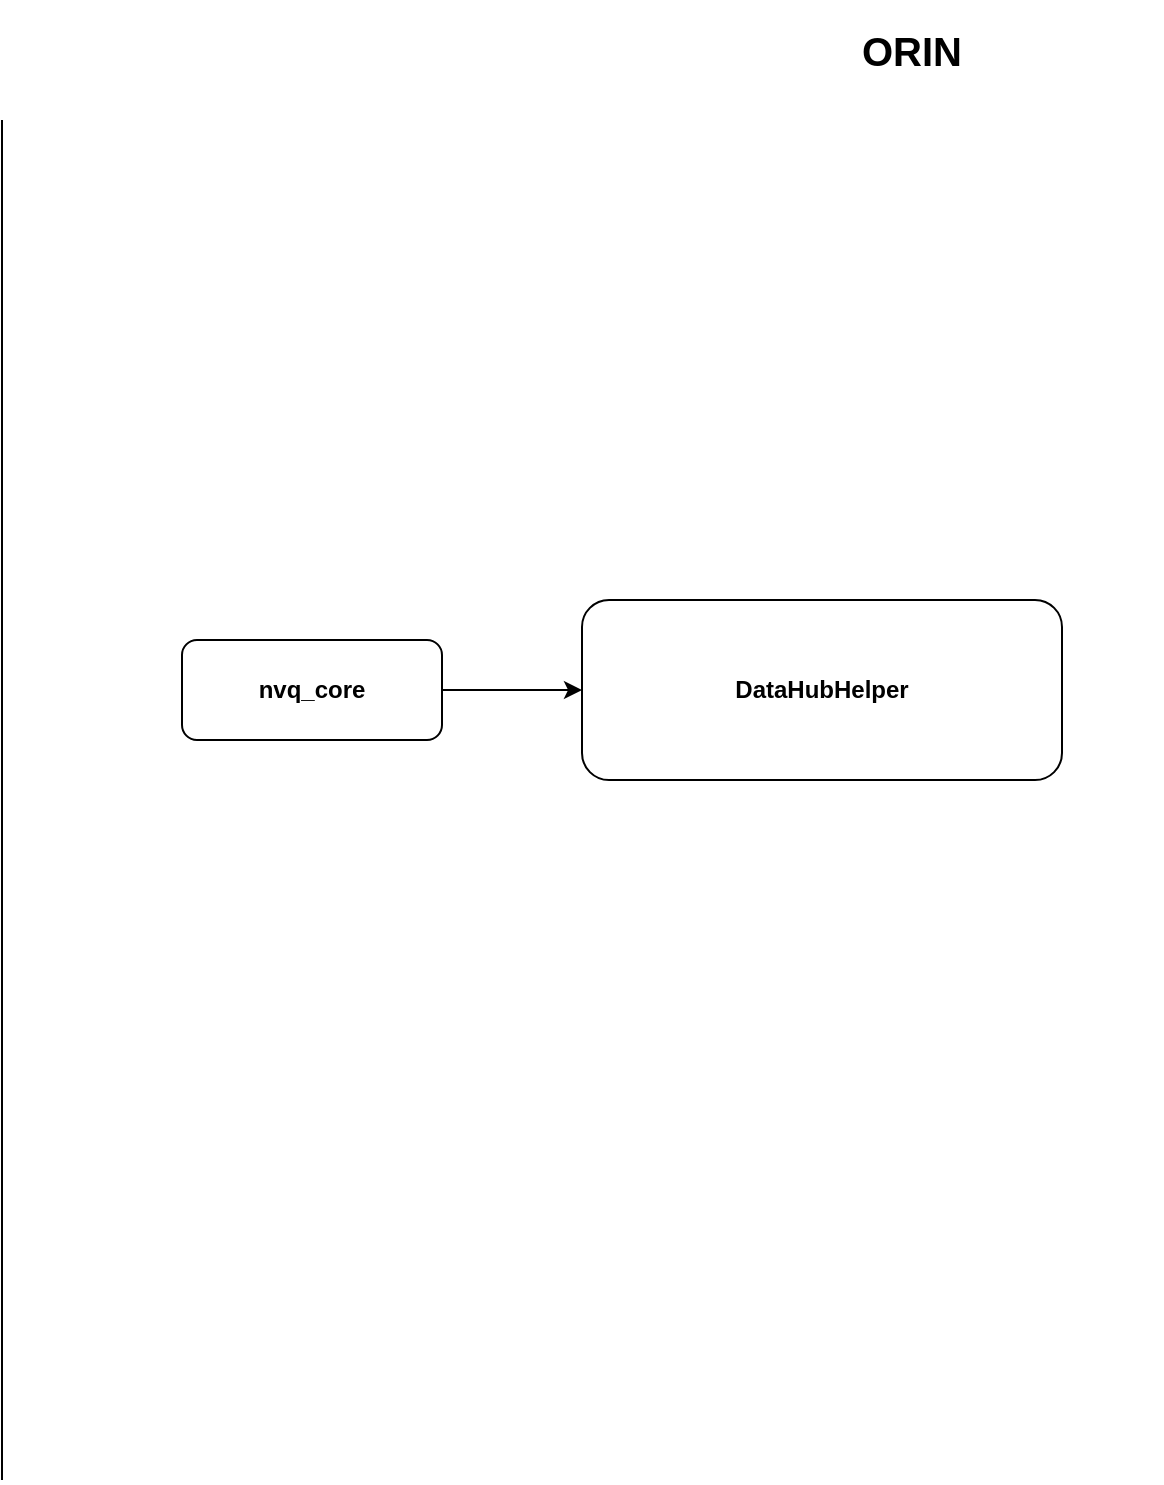
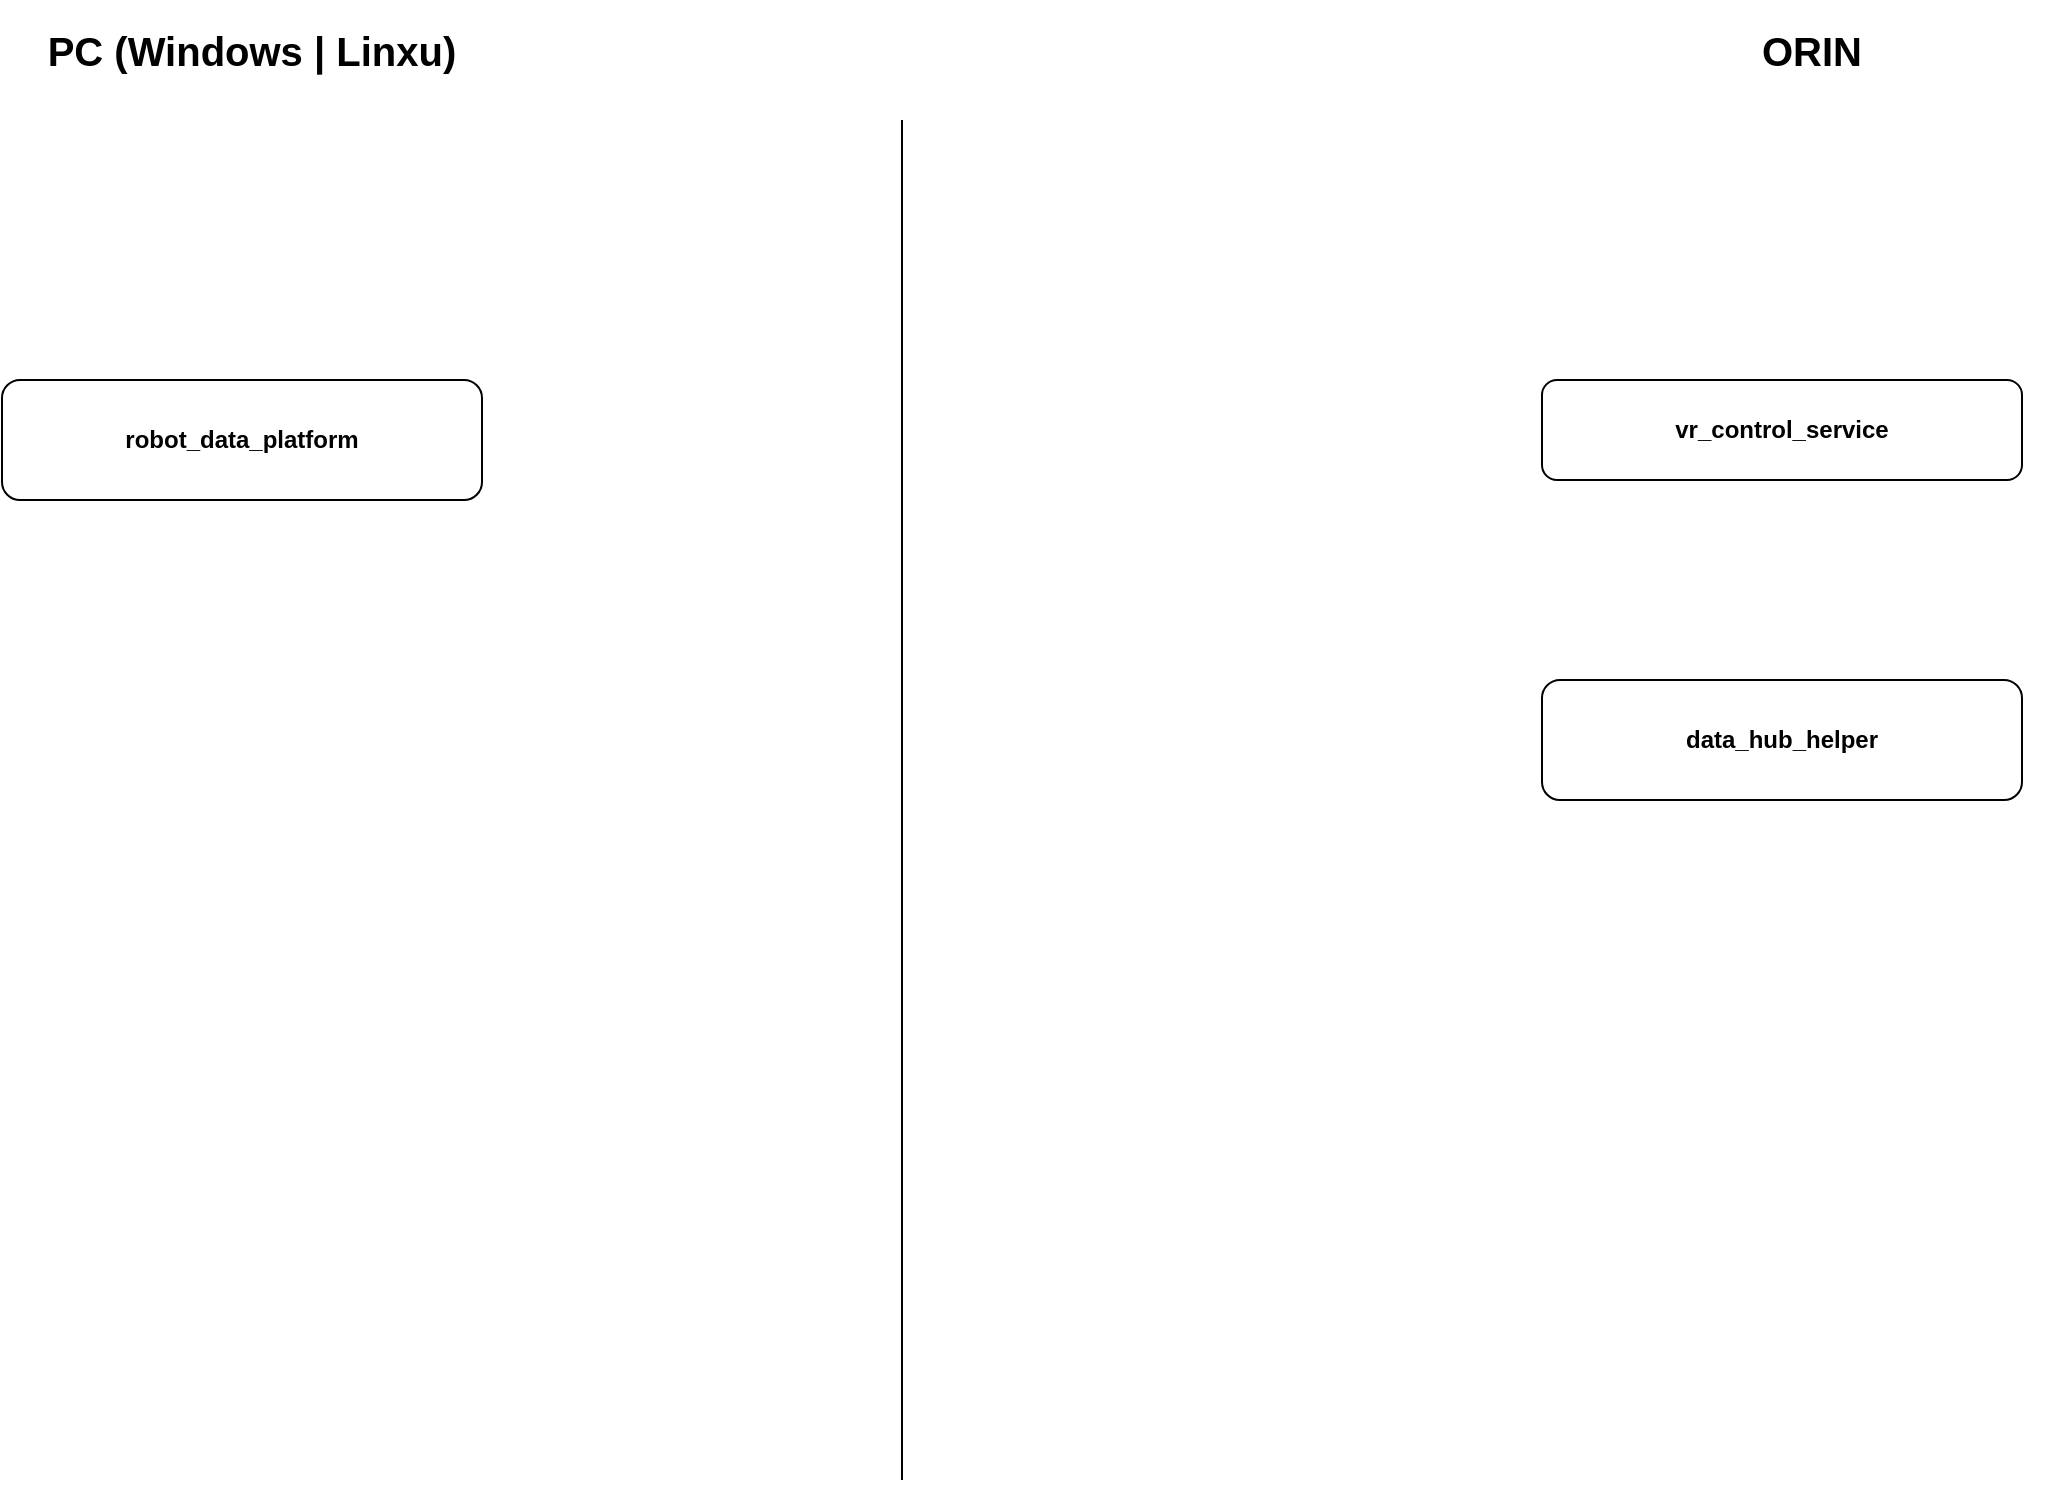
<mxfile host="app.diagrams.net" pages="2">
  <diagram name="第 1 页" id="ybuJFLsuspTRZjUBc2Sj">
-     <mxGraphModel dx="1122" dy="596" grid="1" gridSize="10" guides="1" tooltips="1" connect="1" arrows="1" fold="1" page="1" pageScale="1" pageWidth="827" pageHeight="1169" math="0" shadow="0">
+     <mxGraphModel dx="1949" dy="596" grid="1" gridSize="10" guides="1" tooltips="1" connect="1" arrows="1" fold="1" page="1" pageScale="1" pageWidth="827" pageHeight="1169" math="0" shadow="0">
      <root>
        <mxCell id="0" />
        <mxCell id="1" parent="0" />
-         <mxCell id="PG_7JgB4xY41xIrBQNpI-5" edge="1" parent="1" source="PG_7JgB4xY41xIrBQNpI-1" style="edgeStyle=orthogonalEdgeStyle;rounded=0;orthogonalLoop=1;jettySize=auto;html=1;" target="PG_7JgB4xY41xIrBQNpI-4" value="">
-           <mxGeometry relative="1" as="geometry" />
-         </mxCell>
-         <mxCell id="PG_7JgB4xY41xIrBQNpI-1" parent="1" style="rounded=1;whiteSpace=wrap;html=1;fontStyle=1" value="nvq_core" vertex="1">
-           <mxGeometry height="50" width="130" x="260" y="490" as="geometry" />
-         </mxCell>
        <mxCell id="PG_7JgB4xY41xIrBQNpI-2" parent="1" style="text;html=1;whiteSpace=wrap;strokeColor=none;fillColor=none;align=center;verticalAlign=middle;rounded=0;fontStyle=1;fontSize=20;" value="ORIN" vertex="1">
          <mxGeometry height="50" width="250" x="500" y="170" as="geometry" />
        </mxCell>
        <mxCell id="PG_7JgB4xY41xIrBQNpI-3" edge="1" parent="1" style="endArrow=none;html=1;rounded=0;" value="">
          <mxGeometry height="50" relative="1" width="50" as="geometry">
            <mxPoint x="170" y="910" as="sourcePoint" />
            <mxPoint x="170" y="230" as="targetPoint" />
          </mxGeometry>
        </mxCell>
-         <mxCell id="PG_7JgB4xY41xIrBQNpI-4" parent="1" style="rounded=1;whiteSpace=wrap;html=1;fontStyle=1" value="DataHubHelper" vertex="1">
-           <mxGeometry height="90" width="240" x="460" y="470" as="geometry" />
+         <mxCell id="PG_7JgB4xY41xIrBQNpI-4" parent="1" style="rounded=1;whiteSpace=wrap;html=1;fontStyle=1" value="data_hub_helper" vertex="1">
+           <mxGeometry height="60" width="240" x="490" y="510" as="geometry" />
+         </mxCell>
+         <mxCell id="PG_7JgB4xY41xIrBQNpI-6" parent="1" style="rounded=1;whiteSpace=wrap;html=1;fontStyle=1" value="vr_control_service" vertex="1">
+           <mxGeometry height="50" width="240" x="490" y="360" as="geometry" />
+         </mxCell>
+         <mxCell id="PG_7JgB4xY41xIrBQNpI-7" parent="1" style="rounded=1;whiteSpace=wrap;html=1;fontStyle=1" value="robot_data_platform" vertex="1">
+           <mxGeometry height="60" width="240" x="-280" y="360" as="geometry" />
+         </mxCell>
+         <mxCell id="PG_7JgB4xY41xIrBQNpI-8" parent="1" style="text;html=1;whiteSpace=wrap;strokeColor=none;fillColor=none;align=center;verticalAlign=middle;rounded=0;fontStyle=1;fontSize=20;" value="PC (Windows | Linxu)" vertex="1">
+           <mxGeometry height="50" width="250" x="-280" y="170" as="geometry" />
        </mxCell>
      </root>
    </mxGraphModel>
  </diagram>
  <diagram id="ERyvKfnW-TPwMhuBreaX" name="第 2 页">
    <mxGraphModel dx="1122" dy="596" grid="1" gridSize="10" guides="1" tooltips="1" connect="1" arrows="1" fold="1" page="1" pageScale="1" pageWidth="827" pageHeight="1169" math="0" shadow="0">
      <root>
        <mxCell id="0" />
        <mxCell id="1" parent="0" />
        <mxCell id="Lt_kapkQ0GCsb_hZqIK--1" parent="1" style="rounded=1;whiteSpace=wrap;html=1;" value="" vertex="1">
          <mxGeometry height="60" width="120" x="40" y="280" as="geometry" />
        </mxCell>
      </root>
    </mxGraphModel>
  </diagram>
</mxfile>
